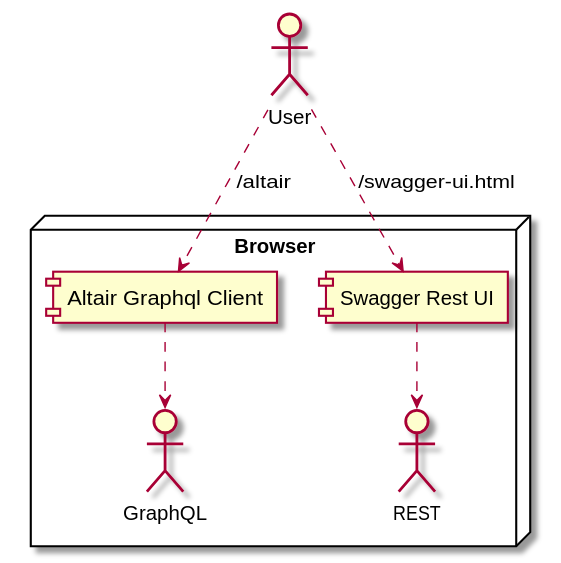
Before: subprojects/application-model/doc/image/component-diagram.svg, a diagram exported from PlantUML (laplacian-tutorial/generated-project).
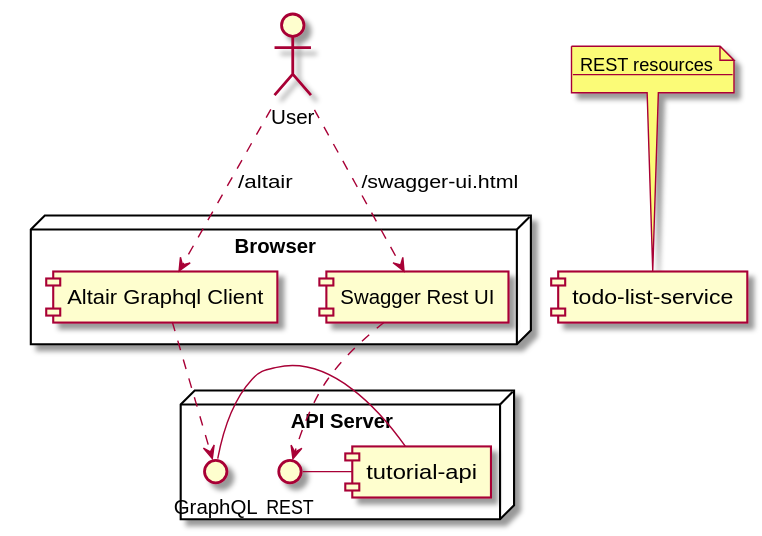
Above is the later version.

Commit message:
Add application models concerning the api service.

What changed in the source:
```diff
@@ -1,5 +1,14 @@
 @startuml
 
+node "API Server" {
+  () REST - [tutorial-api]
+  () GraphQL - [tutorial-api]
+}
+
+note as rest_note
+  REST resources
+  --
+end note
 
 
 
@@ -13,6 +22,8 @@
 
 User ..> [Altair Graphql Client] : /altair
 User ..> [Swagger Rest UI] : /swagger-ui.html
+rest_note .. [todo-list-service]
+
 
 
 
```
